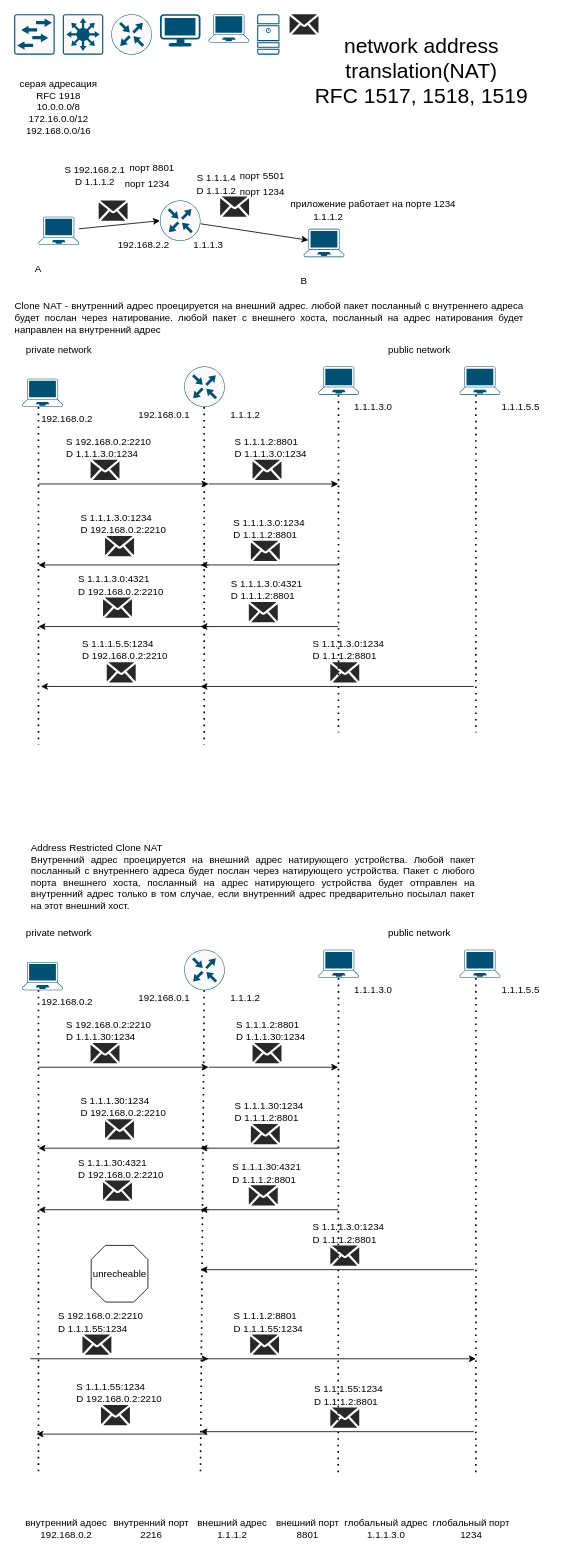
The draw.io diagram лекция сети 27_10.drawio in RinaBoni/software-development-technologies-7, before the edit. Source tidied: cells renumbered, new cells numbered last; positions are measured from the earlier drawing's top-left corner, leaving out a move shared by most shapes. Both pictures are drawn from the tidied source at 81%, with x=0, y=0 at pixel (14, 14).
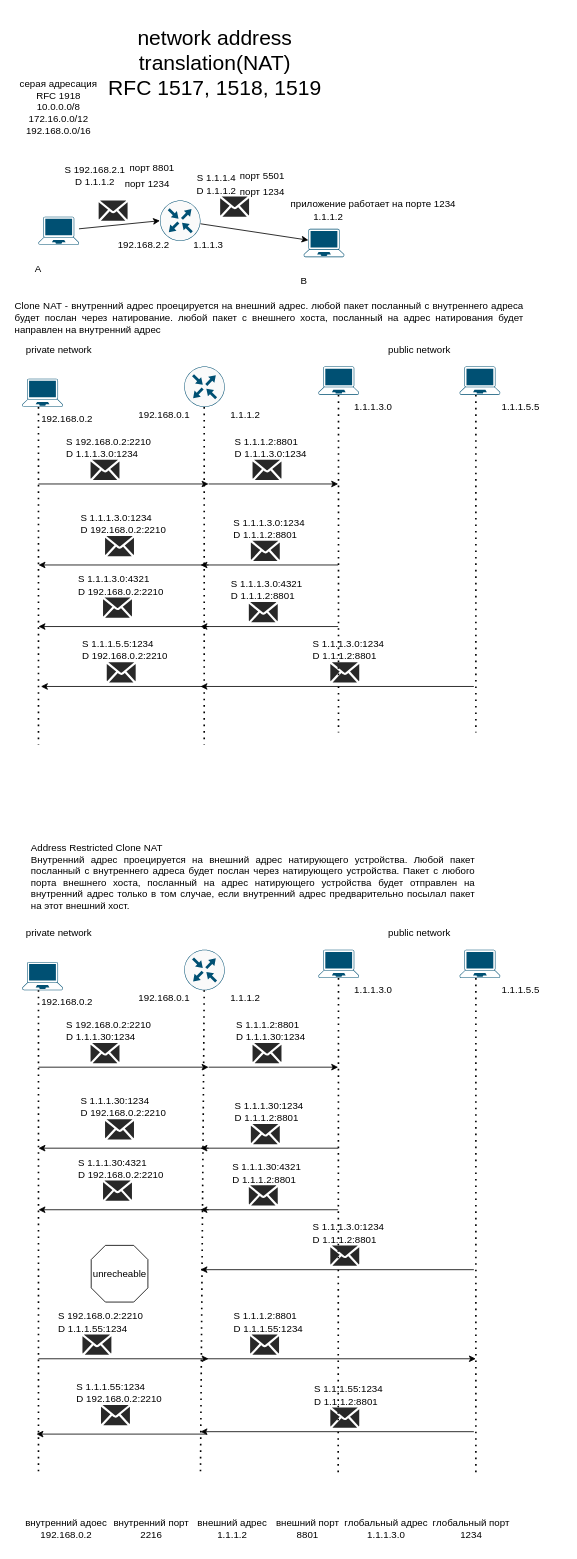
After the change.

The edit, as a diff of the source:
```diff
@@
-    <mxCell id="2" style="sketch=0;verticalLabelPosition=bottom;html=1;verticalAlign=top;align=center;shape=mxgraph.cisco19.rect;prIcon=l2_switch;fillColor=#FAFAFA;strokeColor=#005073;" parent="1" vertex="1">
-      <mxGeometry width="50" height="50" as="geometry" />
-    </mxCell>
-    <mxCell id="3" style="sketch=0;verticalLabelPosition=bottom;html=1;verticalAlign=top;align=center;shape=mxgraph.cisco19.rect;prIcon=l3_switch;fillColor=#FAFAFA;strokeColor=#005073;" parent="1" vertex="1">
-      <mxGeometry x="60" width="50" height="50" as="geometry" />
-    </mxCell>
-    <mxCell id="4" style="sketch=0;verticalLabelPosition=bottom;html=1;verticalAlign=top;align=center;shape=mxgraph.cisco19.rect;prIcon=router;fillColor=#FAFAFA;strokeColor=#005073;" parent="1" vertex="1">
-      <mxGeometry x="120" width="50" height="50" as="geometry" />
-    </mxCell>
-    <mxCell id="5" style="verticalLabelPosition=bottom;sketch=0;html=1;verticalAlign=top;align=center;shape=mxgraph.cisco19.workstation;fillColor=#005073;strokeColor=none;" parent="1" vertex="1">
-      <mxGeometry x="180" width="50" height="40" as="geometry" />
-    </mxCell>
@@
-    <mxCell id="7" style="sketch=0;verticalLabelPosition=bottom;html=1;verticalAlign=top;align=center;shape=mxgraph.cisco19.server;fillColor=#005073;strokeColor=none;" parent="1" vertex="1">
-      <mxGeometry x="300" width="27.5" height="50" as="geometry" />
-    </mxCell>
@@
     <mxCell id="9" value="&lt;font style=&quot;font-size: 26px;&quot;&gt;network address translation(NAT) &lt;br&gt;RFC 1517, 1518, 1519&lt;/font&gt;" style="text;html=1;strokeColor=none;fillColor=none;align=center;verticalAlign=middle;whiteSpace=wrap;rounded=0;" parent="1" vertex="1">
-      <mxGeometry x="327.5" y="10" width="350" height="120" as="geometry" />
+      <mxGeometry x="72.9" width="350" height="120" as="geometry" />
     </mxCell>
@@
-    <mxCell id="22" style="verticalLabelPosition=bottom;sketch=0;html=1;verticalAlign=top;align=center;shape=mxgraph.cisco19.laptop;fillColor=#005073;strokeColor=none;" parent="1" vertex="1">
-      <mxGeometry x="240" width="50" height="35" as="geometry" />
-    </mxCell>
@@
-    <mxCell id="24" style="verticalLabelPosition=bottom;sketch=0;html=1;fillColor=#282828;strokeColor=none;verticalAlign=top;align=center;shape=mxgraph.cisco_safe.iot_things_icons.icon34;" parent="1" vertex="1">
-      <mxGeometry x="340" width="35.7" height="25" as="geometry" />
-    </mxCell>
@@
     <mxCell id="117" style="endArrow=classic;html=1;rounded=0;" parent="1" edge="1">
       <mxGeometry relative="1" as="geometry">
-        <mxPoint x="20" y="1660" as="sourcePoint" />
+        <mxPoint x="30" y="1660" as="sourcePoint" />
         <mxPoint x="240" y="1660" as="targetPoint" />
       </mxGeometry>
     </mxCell>
```
